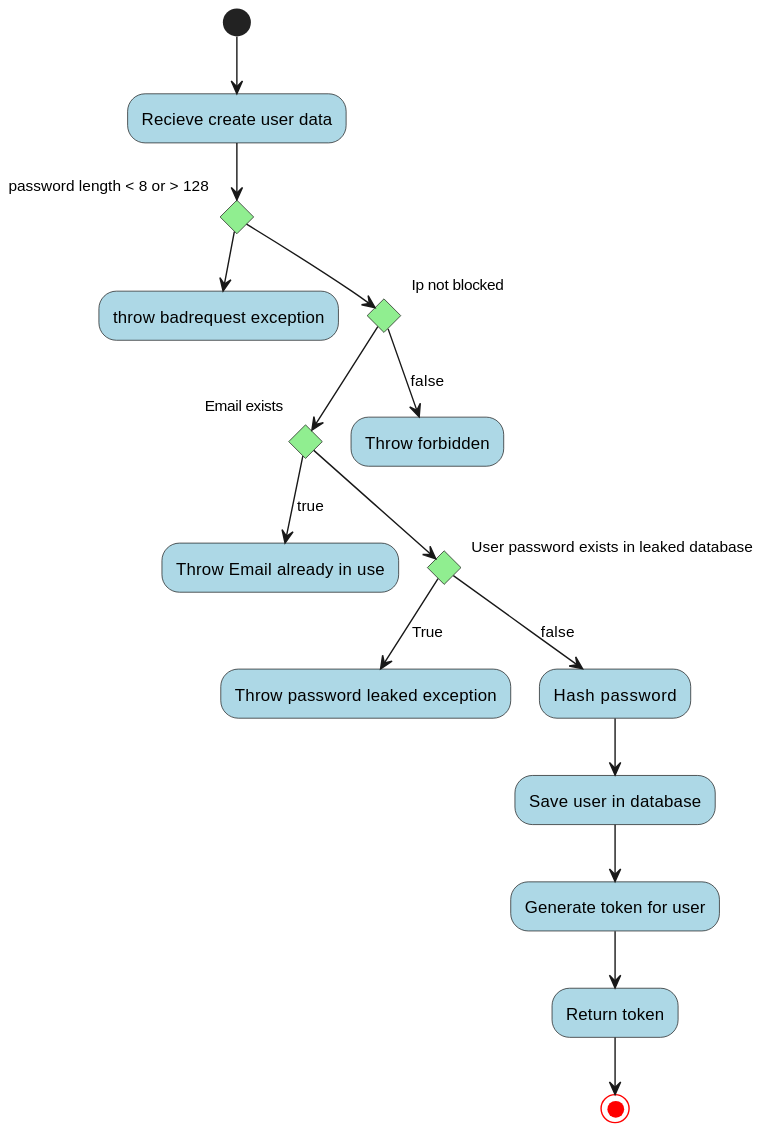
This is Docs/out/FlowCharts/CreateUserFlowChart/Create User Flowchart.svg from blackout1471/trust-us-school, a PlantUML export, as it was before one commit.
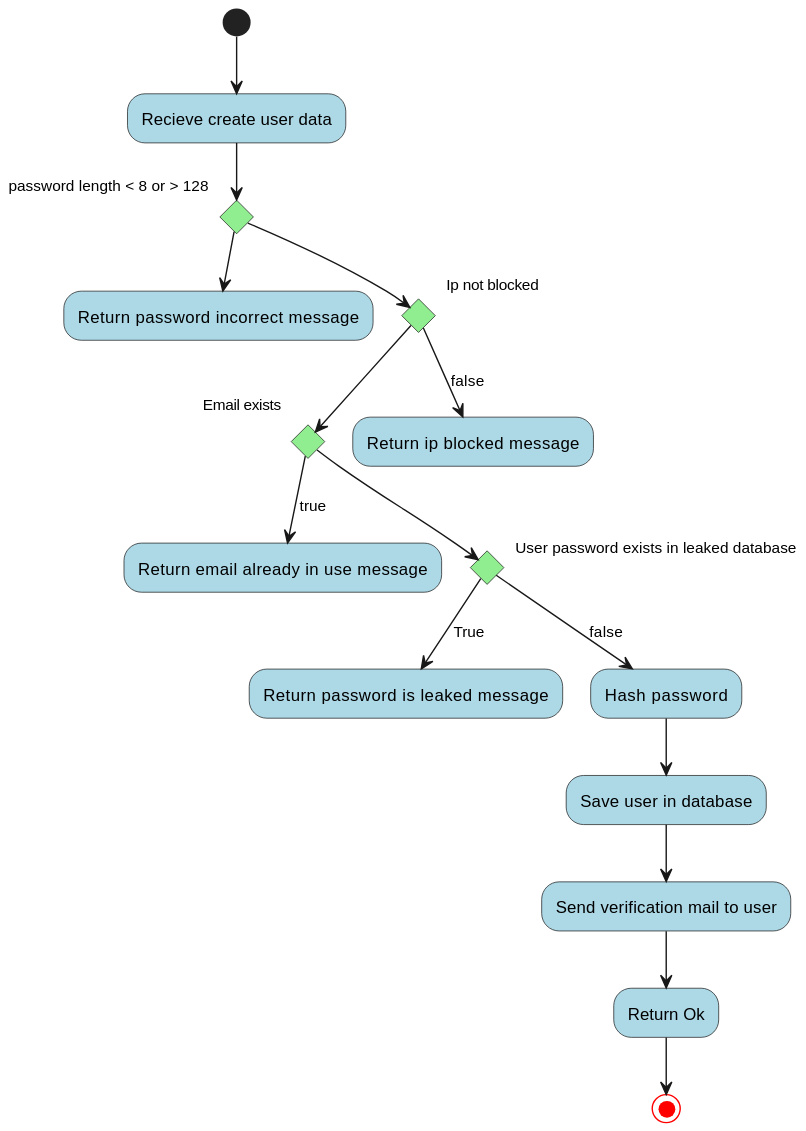
After the change.

Diff of the diagram source:
```diff
@@ -12,23 +12,23 @@
 
 (*) --> "Recieve create user data"
 if "password length < 8 or > 128" then
-  -->throw badrequest exception
+  --> "Return password incorrect message"
 else
 if "Ip not blocked " then
 	if "Email exists" then
-		-->[true] "Throw Email already in use"
+		-->[true] "Return email already in use message"
 	else
 		if "User password exists in leaked database" then
-			-->[True]"Throw password leaked exception"
+			-->[True]"Return password is leaked message"
 		else
 			-->[false] "Hash password"
 			--> "Save user in database"
-			--> "Generate token for user"
-			--> "Return token"
+			--> "Send verification mail to user"
+			--> "Return Ok"
 			--> (*)
 		end if
 	end if
 else
--->[false] "Throw forbidden"
+-->[false] "Return ip blocked message"
 
 @enduml
```
